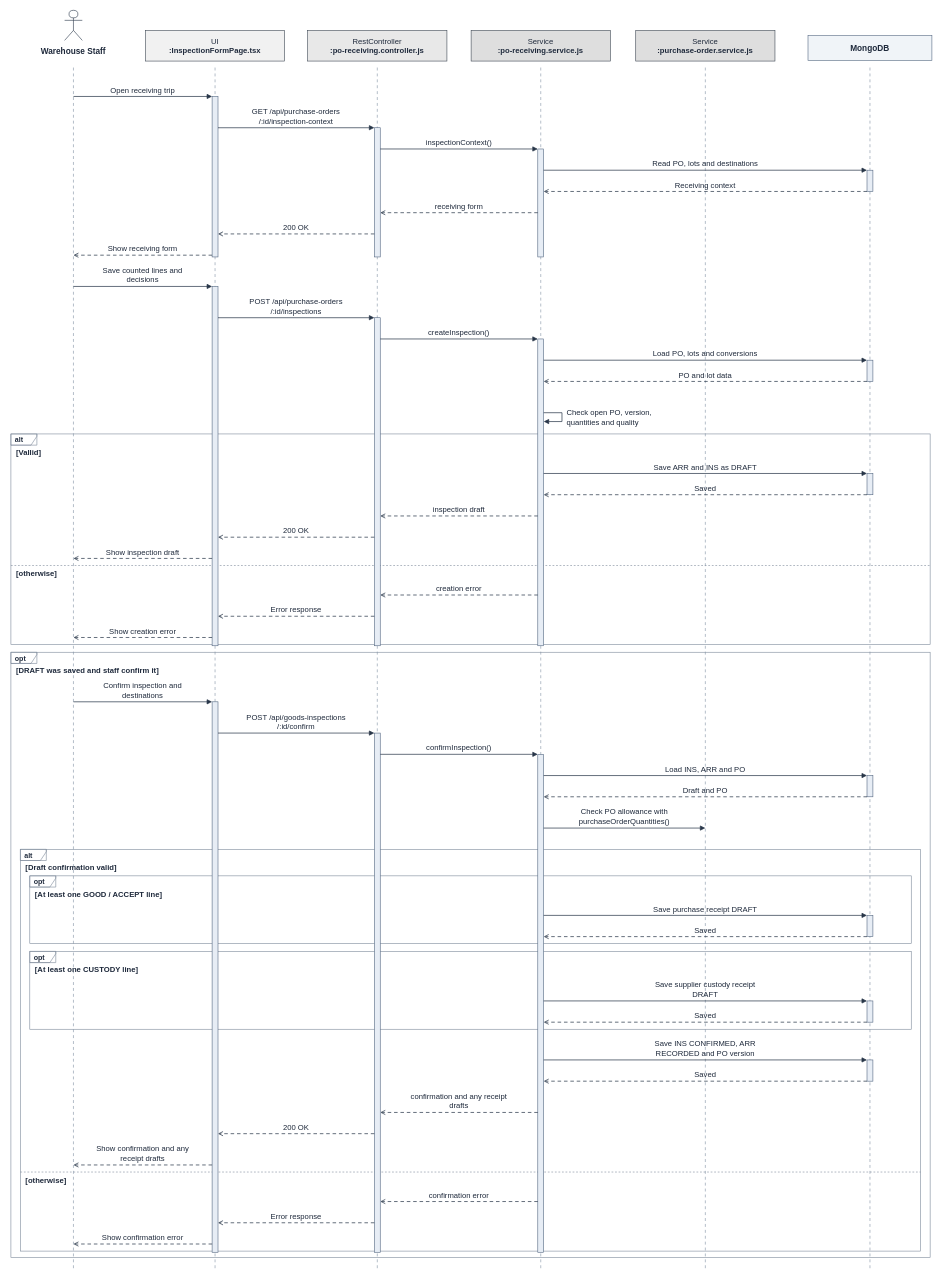
bupbalabup/wmsd_be keeps this draw.io diagram as page "1.3.2.1 Create Goods Inspection (UC-37)" (14 of 25) of git_doc/docs/04_so_do/WMSD_BF01_Diagrams.drawio. Above is the earlier version. Source tidied: cells renumbered, new cells numbered last; positions are measured from the earlier drawing's top-left corner, leaving out a move shared by most shapes. Both pictures are drawn from the tidied source at 59%, with x=0, y=0 at pixel (-4, -18).
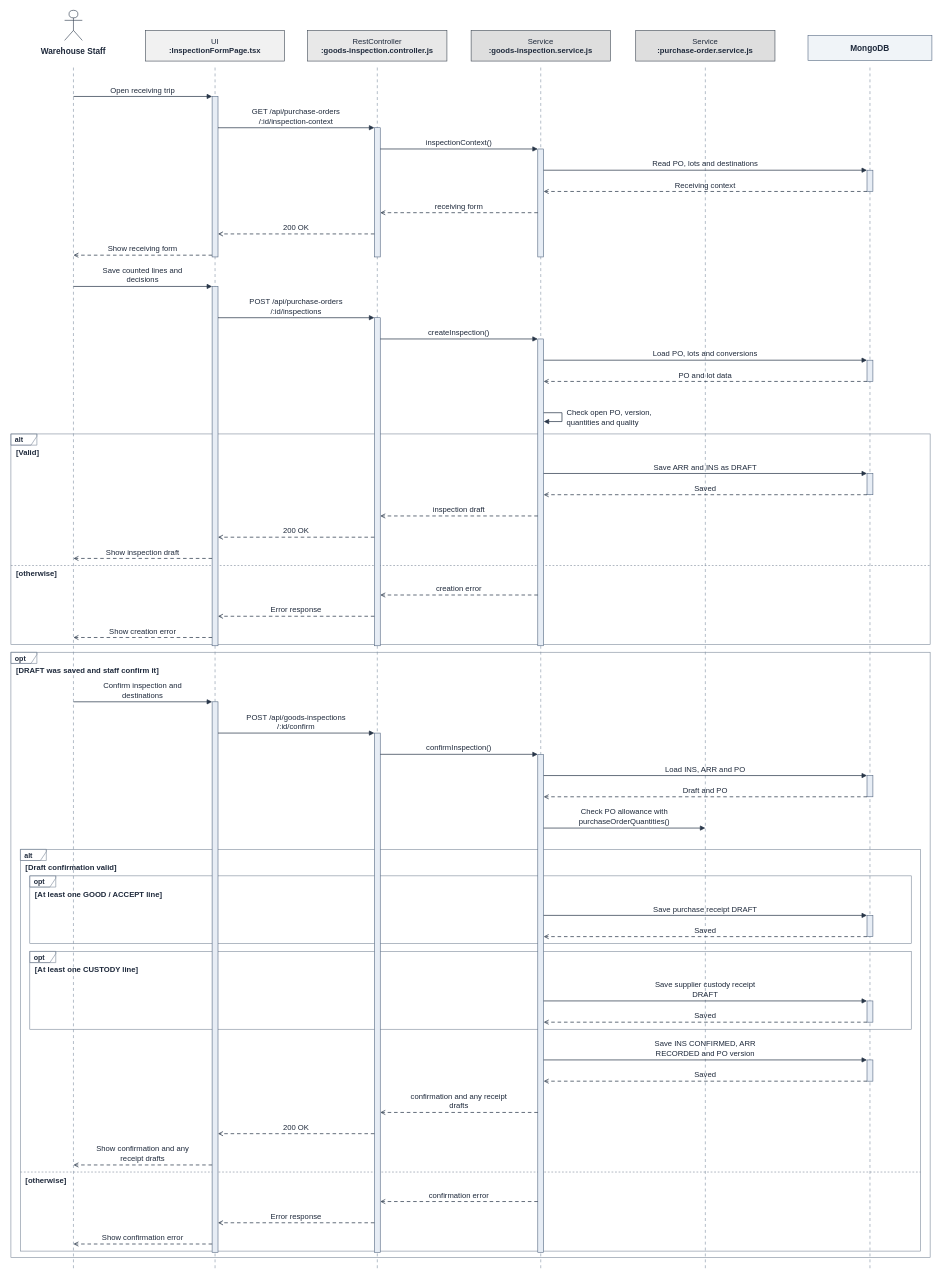
The same diagram, later.

The edit, as a diff of the source:
```diff
@@
-    <mxCell id="102" value="[Vallid]" style="text;html=0;strokeColor=none;fillColor=none;spacing=0;align=left;verticalAlign=middle;whiteSpace=nowrap;overflow=visible;fontFamily=Arial;fontSize=13;fontColor=#1E293B;fontStyle=1;" parent="86" vertex="1">
+    <mxCell id="102" value="[Valid]" style="text;html=0;strokeColor=none;fillColor=none;spacing=0;align=left;verticalAlign=middle;whiteSpace=nowrap;overflow=visible;fontFamily=Arial;fontSize=13;fontColor=#1E293B;fontStyle=1;" parent="86" vertex="1">
       <mxGeometry x="33" y="788" width="1541" height="17" as="geometry" />
     </mxCell>
@@
-    <mxCell id="141" value="RestController&lt;br/&gt;&lt;b&gt;:po-receiving.controller.js&lt;/b&gt;" style="text;html=1;strokeColor=none;fillColor=none;spacing=0;align=center;verticalAlign=middle;whiteSpace=wrap;fontFamily=Arial;fontSize=13;fontColor=#1E293B;" parent="86" vertex="1">
+    <mxCell id="141" value="RestController&lt;br/&gt;&lt;b&gt;:goods-inspection.controller.js&lt;/b&gt;" style="text;html=1;strokeColor=none;fillColor=none;spacing=0;align=center;verticalAlign=middle;whiteSpace=wrap;fontFamily=Arial;fontSize=13;fontColor=#1E293B;" parent="86" vertex="1">
       <mxGeometry x="529" y="83" width="232" height="50" as="geometry" />
     </mxCell>
-    <mxCell id="142" value="Service&lt;br/&gt;&lt;b&gt;:po-receiving.service.js&lt;/b&gt;" style="text;html=1;strokeColor=none;fillColor=none;spacing=0;align=center;verticalAlign=middle;whiteSpace=wrap;fontFamily=Arial;fontSize=13;fontColor=#1E293B;" parent="86" vertex="1">
+    <mxCell id="142" value="Service&lt;br/&gt;&lt;b&gt;:goods-inspection.service.js&lt;/b&gt;" style="text;html=1;strokeColor=none;fillColor=none;spacing=0;align=center;verticalAlign=middle;whiteSpace=wrap;fontFamily=Arial;fontSize=13;fontColor=#1E293B;" parent="86" vertex="1">
       <mxGeometry x="806" y="83" width="232" height="50" as="geometry" />
     </mxCell>
```
